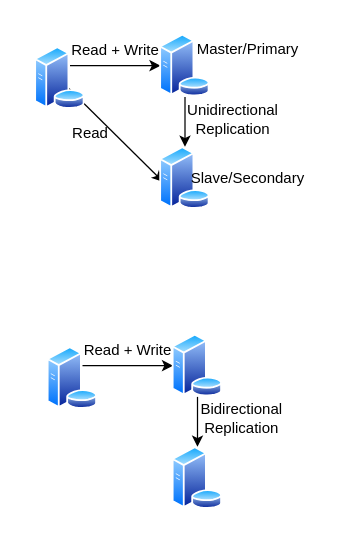
Above: DB_Replication_2.drawio in dev-resources-millenium/ReferencesForEnterpriseApps (draw.io), before the change. Source tidied: cells renumbered, new cells numbered last; positions are measured from the earlier drawing's top-left corner, leaving out a move shared by most shapes. Both pictures are drawn from the tidied source at 125%, with x=0, y=0 at pixel (21, 21).
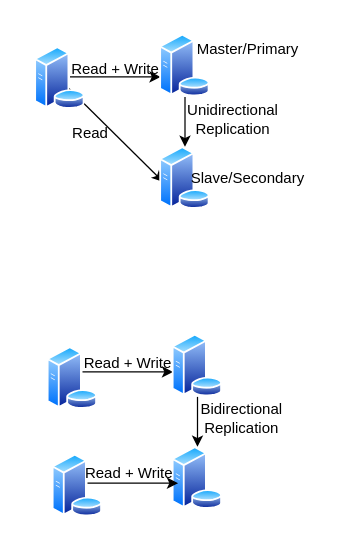
The same diagram, later.

Diff of the diagram source:
```diff
@@
     <mxCell id="2" style="edgeStyle=orthogonalEdgeStyle;rounded=0;orthogonalLoop=1;jettySize=auto;html=1;" parent="1" edge="1">
       <mxGeometry relative="1" as="geometry">
-        <mxPoint x="38.5" y="35" as="sourcePoint" />
-        <mxPoint x="111" y="35" as="targetPoint" />
+        <mxPoint x="38.5" y="44" as="sourcePoint" />
+        <mxPoint x="111" y="44" as="targetPoint" />
       </mxGeometry>
     </mxCell>
@@
     <mxCell id="10" value="&lt;br&gt;Read + Write" style="text;html=1;strokeColor=none;fillColor=none;align=center;verticalAlign=middle;whiteSpace=wrap;rounded=0;" parent="1" vertex="1">
-      <mxGeometry x="20" width="110" height="30" as="geometry" />
+      <mxGeometry x="20" y="15" width="110" height="30" as="geometry" />
     </mxCell>
@@
     <mxCell id="13" style="edgeStyle=orthogonalEdgeStyle;rounded=0;orthogonalLoop=1;jettySize=auto;html=1;" parent="1" edge="1">
       <mxGeometry relative="1" as="geometry">
-        <mxPoint x="48.5" y="275" as="sourcePoint" />
-        <mxPoint x="121" y="275" as="targetPoint" />
+        <mxPoint x="48.5" y="280" as="sourcePoint" />
+        <mxPoint x="121" y="280" as="targetPoint" />
       </mxGeometry>
     </mxCell>
@@
     <mxCell id="18" value="&lt;br&gt;Read + Write" style="text;html=1;strokeColor=none;fillColor=none;align=center;verticalAlign=middle;whiteSpace=wrap;rounded=0;" parent="1" vertex="1">
-      <mxGeometry x="30" y="240" width="110" height="30" as="geometry" />
+      <mxGeometry x="30" y="250" width="110" height="30" as="geometry" />
     </mxCell>
@@
+    <mxCell id="20" style="edgeStyle=orthogonalEdgeStyle;rounded=0;orthogonalLoop=1;jettySize=auto;html=1;" parent="1" edge="1">
+      <mxGeometry relative="1" as="geometry">
+        <mxPoint x="52.5" y="369" as="sourcePoint" />
+        <mxPoint x="125" y="369" as="targetPoint" />
+      </mxGeometry>
+    </mxCell>
+    <mxCell id="21" style="image;perimeter=ellipsePerimeter;html=1;align=center;shadow=0;dashed=0;spacingTop=3;image=img/lib/active_directory/database_server.svg;" parent="1" vertex="1">
+      <mxGeometry x="24" y="346" width="41" height="50" as="geometry" />
+    </mxCell>
+    <mxCell id="22" value="&lt;br&gt;Read + Write" style="text;html=1;strokeColor=none;fillColor=none;align=center;verticalAlign=middle;whiteSpace=wrap;rounded=0;" parent="1" vertex="1">
+      <mxGeometry x="31" y="338" width="110" height="30" as="geometry" />
+    </mxCell>
```
